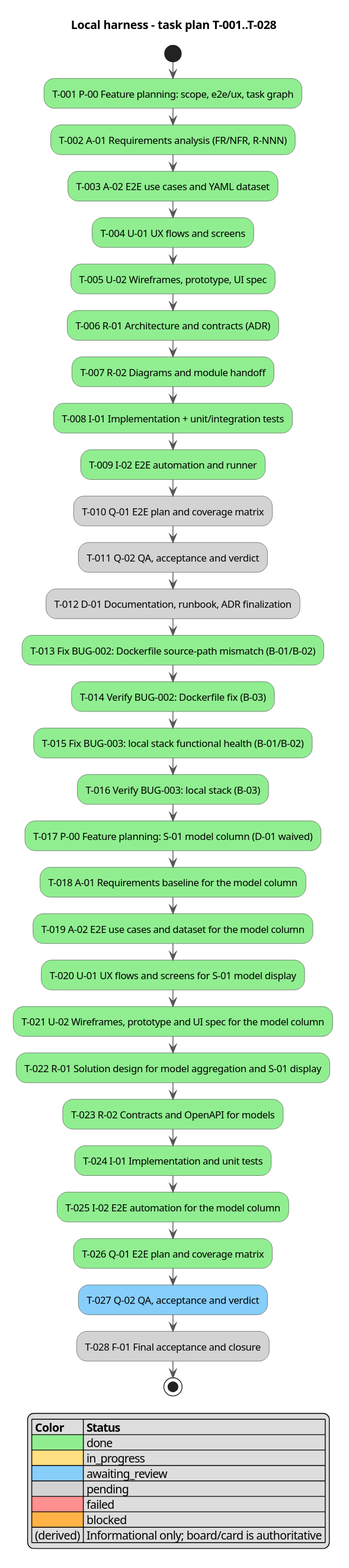
Above: docs/activity.svg in serge-sasov/ai-task-tracker (PlantUML), before the change.
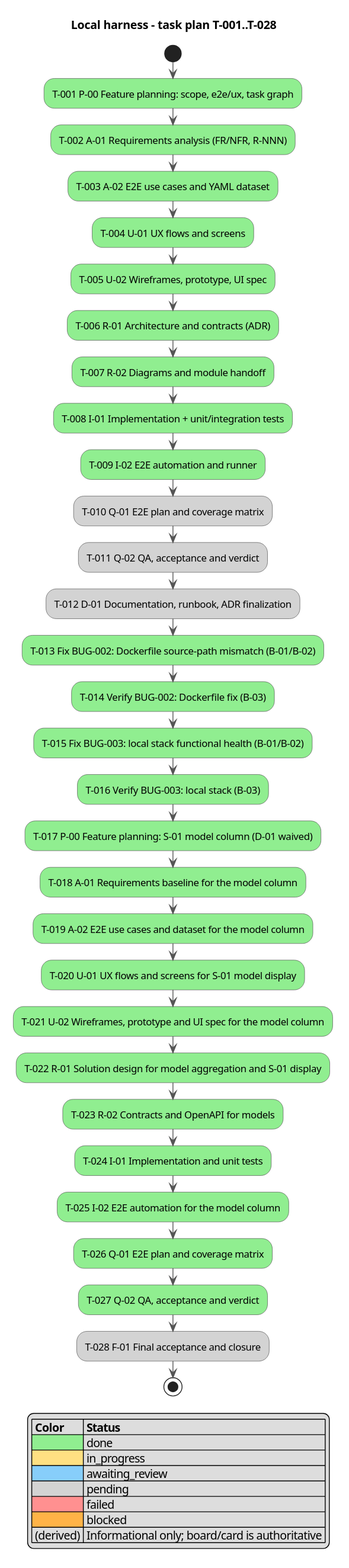
After the change.

Change to the diagram source:
```diff
@@ -32,7 +32,7 @@
 :T-024 I-01 Implementation and unit tests; <<#90EE90>>
 :T-025 I-02 E2E automation for the model column; <<#90EE90>>
 :T-026 Q-01 E2E plan and coverage matrix; <<#90EE90>>
-:T-027 Q-02 QA, acceptance and verdict; <<#87CEFA>>
+:T-027 Q-02 QA, acceptance and verdict; <<#90EE90>>
 :T-028 F-01 Final acceptance and closure; <<#D3D3D3>>
 stop
 
```
